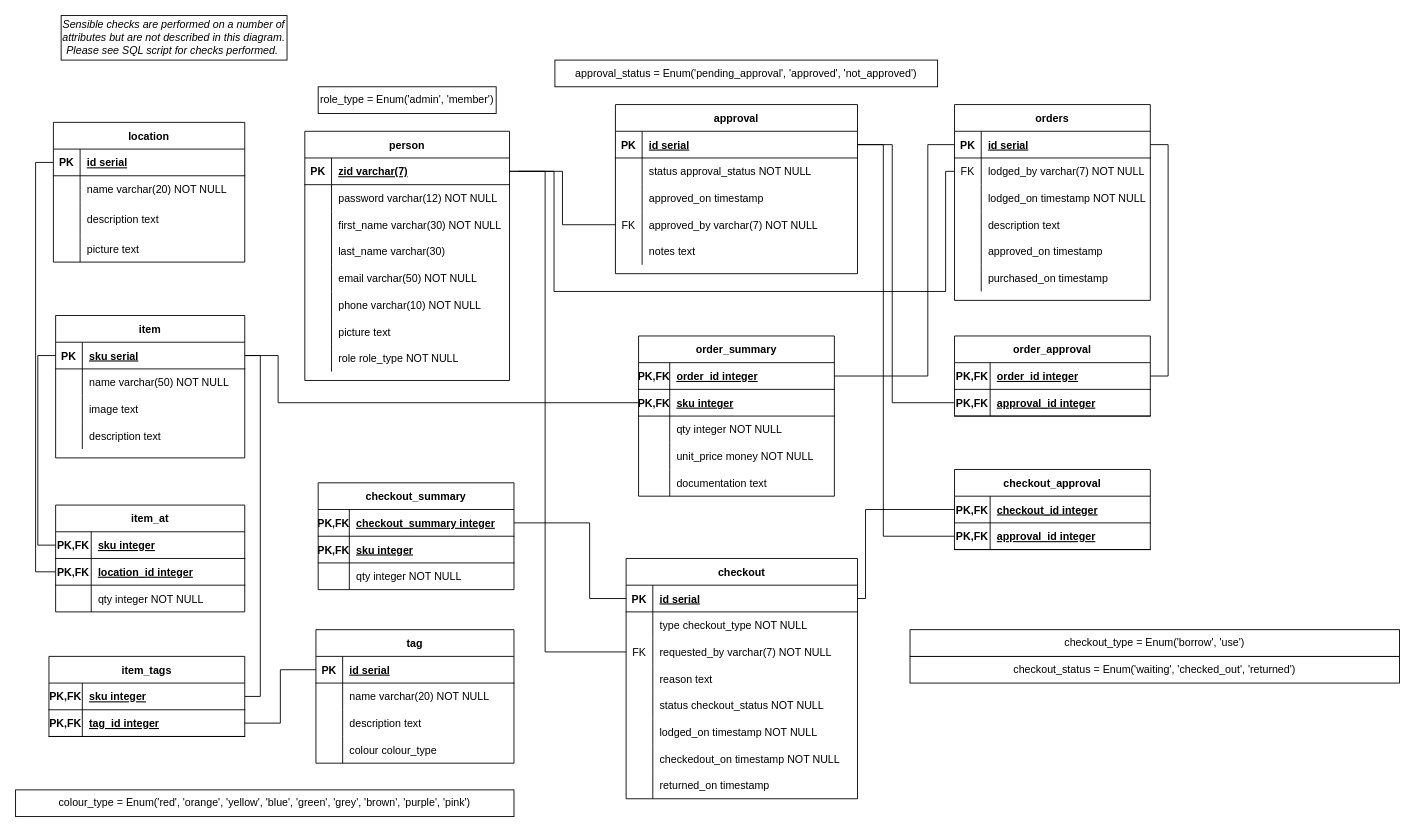
Before: backend/database/RelationalModelv5.drawio in CreateUNSW/OWRxCREATE-Database-Venture, a draw.io diagram. Source tidied: cells renumbered, new cells numbered last; positions are measured from the earlier drawing's top-left corner, leaving out a move shared by most shapes. Both pictures are drawn from the tidied source at 89%, with x=0, y=0 at pixel (15, 15).
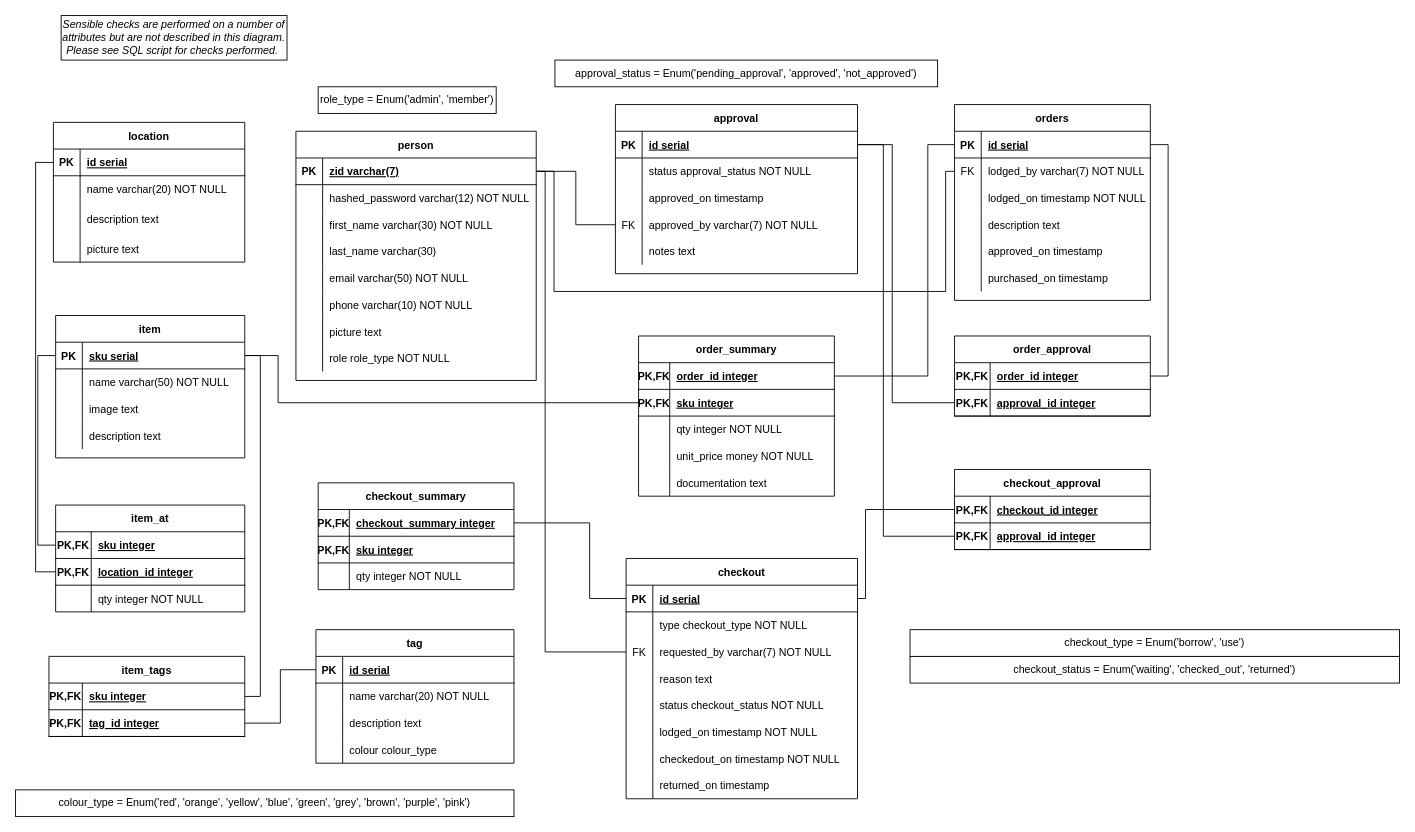
Above is the later version.

Commit message (it also covers changes not shown here):
renamed password -> hashed_password

Unchanged cells that the change refers to:
```xml
<mxCell id="44" style="shape=partialRectangle;fillColor=none;top=0;left=0;bottom=0;right=0;points=[[0,0.5],[1,0.5]];portConstraint=eastwest;" parent="40" vertex="1">
  <mxGeometry y="60" width="220" height="30" as="geometry" />
</mxCell>
```

Change to the diagram source:
```diff
@@
     <mxCell id="2" value="person" style="shape=table;startSize=30;childLayout=tableLayout;rowLines=0;fontStyle=1;align=center;" parent="1" vertex="1">
-      <mxGeometry x="325" y="130" width="230" height="280" as="geometry" />
+      <mxGeometry x="315" y="130" width="270" height="280" as="geometry" />
     </mxCell>
     <mxCell id="3" style="shape=partialRectangle;fillColor=none;top=0;left=0;bottom=1;right=0;points=[[0,0.5],[1,0.5]];portConstraint=eastwest;" parent="2" vertex="1">
-      <mxGeometry y="30" width="230" height="30" as="geometry" />
+      <mxGeometry y="30" width="270" height="30" as="geometry" />
     </mxCell>
@@
     <mxCell id="5" value="zid varchar(7)" style="shape=partialRectangle;fillColor=none;top=0;left=0;bottom=0;right=0;align=left;spacingLeft=6;fontStyle=5;overflow=hidden;" parent="3" vertex="1">
-      <mxGeometry x="30" width="200" height="30" as="geometry" />
+      <mxGeometry x="30" width="240" height="30" as="geometry" />
     </mxCell>
     <mxCell id="6" style="shape=partialRectangle;fillColor=none;top=0;left=0;bottom=0;right=0;" parent="2" vertex="1">
-      <mxGeometry y="60" width="230" height="30" as="geometry" />
+      <mxGeometry y="60" width="270" height="30" as="geometry" />
     </mxCell>
@@
-    <mxCell id="8" value="password varchar(12) NOT NULL" style="shape=partialRectangle;fillColor=none;top=0;left=0;bottom=0;right=0;align=left;spacingLeft=6;overflow=hidden;" parent="6" vertex="1">
-      <mxGeometry x="30" width="200" height="30" as="geometry" />
+    <mxCell id="8" value="hashed_password varchar(12) NOT NULL" style="shape=partialRectangle;fillColor=none;top=0;left=0;bottom=0;right=0;align=left;spacingLeft=6;overflow=hidden;" parent="6" vertex="1">
+      <mxGeometry x="30" width="240" height="30" as="geometry" />
     </mxCell>
     <mxCell id="9" style="shape=partialRectangle;fillColor=none;top=0;left=0;bottom=0;right=0;" parent="2" vertex="1">
-      <mxGeometry y="90" width="230" height="30" as="geometry" />
+      <mxGeometry y="90" width="270" height="30" as="geometry" />
     </mxCell>
@@
     <mxCell id="11" value="first_name varchar(30) NOT NULL" style="shape=partialRectangle;fillColor=none;top=0;left=0;bottom=0;right=0;align=left;spacingLeft=6;overflow=hidden;" parent="9" vertex="1">
-      <mxGeometry x="30" width="200" height="30" as="geometry" />
+      <mxGeometry x="30" width="240" height="30" as="geometry" />
     </mxCell>
     <mxCell id="12" style="shape=partialRectangle;fillColor=none;top=0;left=0;bottom=0;right=0;" parent="2" vertex="1">
-      <mxGeometry y="120" width="230" height="30" as="geometry" />
+      <mxGeometry y="120" width="270" height="30" as="geometry" />
     </mxCell>
@@
     <mxCell id="14" value="last_name varchar(30)" style="shape=partialRectangle;fillColor=none;top=0;left=0;bottom=0;right=0;align=left;spacingLeft=6;overflow=hidden;" parent="12" vertex="1">
-      <mxGeometry x="30" width="200" height="30" as="geometry" />
+      <mxGeometry x="30" width="240" height="30" as="geometry" />
     </mxCell>
     <mxCell id="15" style="shape=partialRectangle;fillColor=none;top=0;left=0;bottom=0;right=0;" parent="2" vertex="1">
-      <mxGeometry y="150" width="230" height="30" as="geometry" />
+      <mxGeometry y="150" width="270" height="30" as="geometry" />
     </mxCell>
@@
     <mxCell id="17" value="email varchar(50) NOT NULL" style="shape=partialRectangle;fillColor=none;top=0;left=0;bottom=0;right=0;align=left;spacingLeft=6;overflow=hidden;" parent="15" vertex="1">
-      <mxGeometry x="30" width="200" height="30" as="geometry" />
+      <mxGeometry x="30" width="240" height="30" as="geometry" />
     </mxCell>
     <mxCell id="18" style="shape=partialRectangle;fillColor=none;top=0;left=0;bottom=0;right=0;" parent="2" vertex="1">
-      <mxGeometry y="180" width="230" height="30" as="geometry" />
+      <mxGeometry y="180" width="270" height="30" as="geometry" />
     </mxCell>
@@
     <mxCell id="20" value="phone varchar(10) NOT NULL  " style="shape=partialRectangle;fillColor=none;top=0;left=0;bottom=0;right=0;align=left;spacingLeft=6;overflow=hidden;" parent="18" vertex="1">
-      <mxGeometry x="30" width="200" height="30" as="geometry" />
+      <mxGeometry x="30" width="240" height="30" as="geometry" />
     </mxCell>
     <mxCell id="21" style="shape=partialRectangle;fillColor=none;top=0;left=0;bottom=0;right=0;" parent="2" vertex="1">
-      <mxGeometry y="210" width="230" height="30" as="geometry" />
+      <mxGeometry y="210" width="270" height="30" as="geometry" />
     </mxCell>
@@
     <mxCell id="23" value="picture text" style="shape=partialRectangle;fillColor=none;top=0;left=0;bottom=0;right=0;align=left;spacingLeft=6;overflow=hidden;" parent="21" vertex="1">
-      <mxGeometry x="30" width="200" height="30" as="geometry" />
+      <mxGeometry x="30" width="240" height="30" as="geometry" />
     </mxCell>
     <mxCell id="24" style="shape=partialRectangle;fillColor=none;top=0;left=0;bottom=0;right=0;" parent="2" vertex="1">
-      <mxGeometry y="240" width="230" height="30" as="geometry" />
+      <mxGeometry y="240" width="270" height="30" as="geometry" />
     </mxCell>
@@
     <mxCell id="26" value="role role_type NOT NULL" style="shape=partialRectangle;fillColor=none;top=0;left=0;bottom=0;right=0;align=left;spacingLeft=6;overflow=hidden;" parent="24" vertex="1">
-      <mxGeometry x="30" width="200" height="30" as="geometry" />
+      <mxGeometry x="30" width="240" height="30" as="geometry" />
     </mxCell>
@@
     <mxCell id="200" style="edgeStyle=orthogonalEdgeStyle;rounded=0;jettySize=auto;html=1;endArrow=none;endFill=0;" parent="1" edge="1" source="44">
       <mxGeometry relative="1" as="geometry">
-        <mxPoint x="565" y="175" as="targetPoint" />
+        <mxPoint x="585" y="175" as="targetPoint" />
         <Array as="points">
           <mxPoint x="1045" y="175" />
           <mxPoint x="1045" y="310" />
           <mxPoint x="605" y="310" />
           <mxPoint x="605" y="175" />
         </Array>
       </mxGeometry>
     </mxCell>
```
